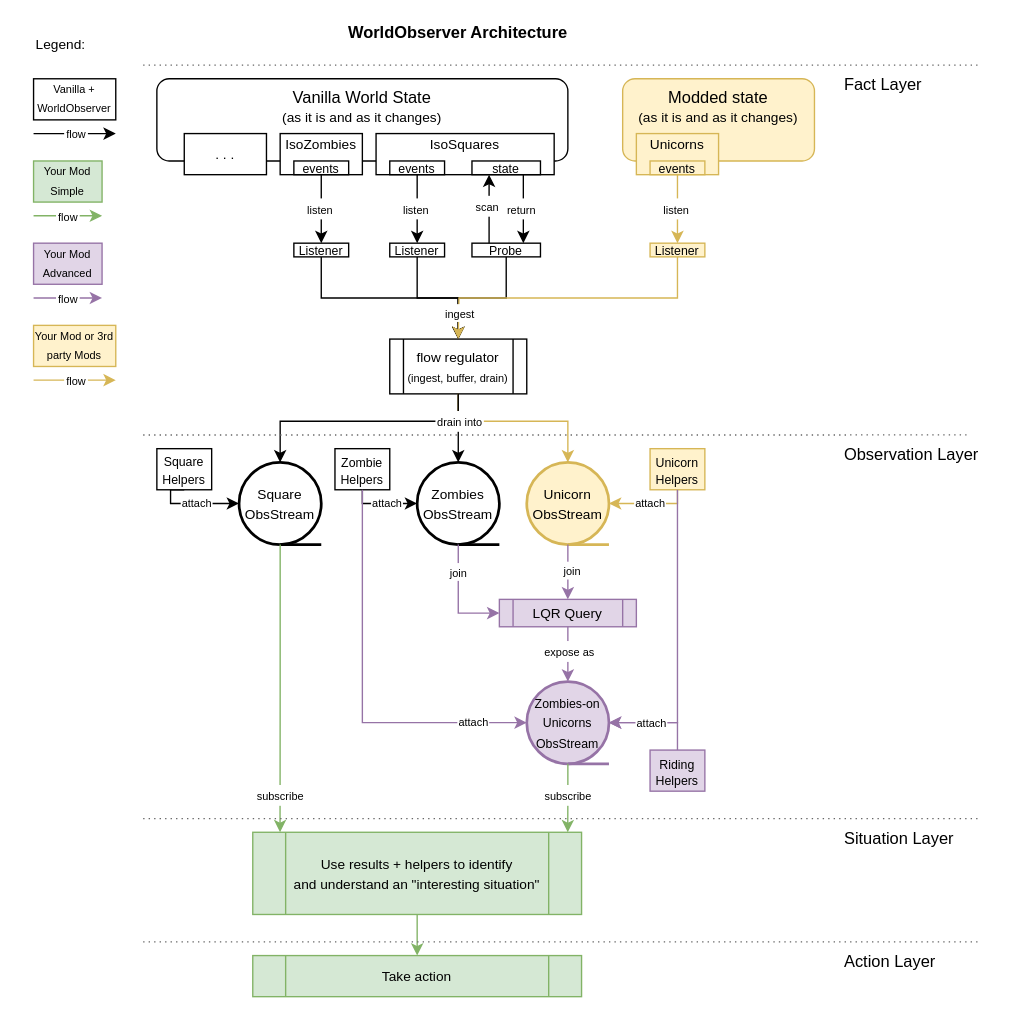
Above: docs/diagrams/architecture.drawio in christophstrasen/WorldObserver (draw.io), before the change. Source tidied: cells renumbered, new cells numbered last; positions are measured from the earlier drawing's top-left corner, leaving out a move shared by most shapes. Both pictures are drawn from the tidied source at 137%, with x=0, y=0 at pixel (33, 23).
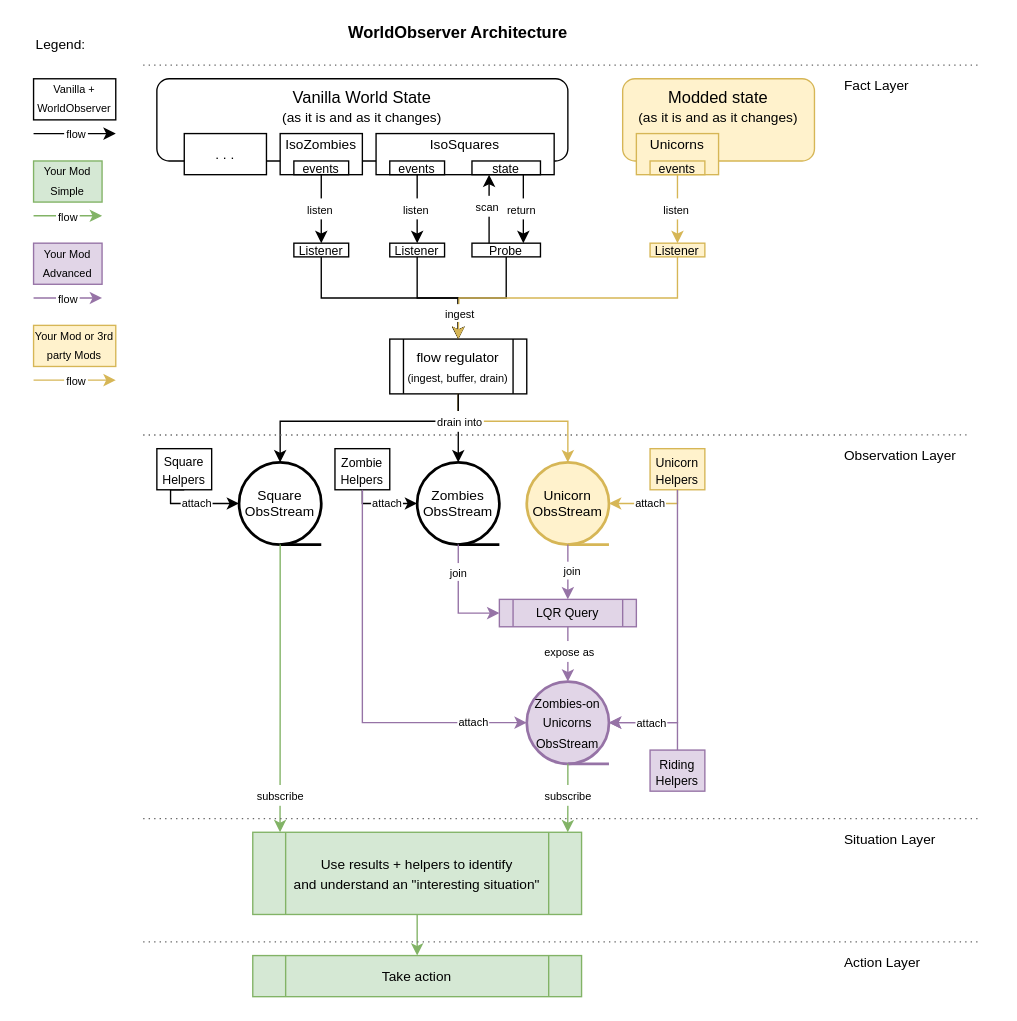
The same diagram, later.

What changed in the source:
```diff
@@
-    <mxCell id="4" value="Fact Layer" style="text;html=1;align=left;verticalAlign=middle;whiteSpace=wrap;rounded=0;" parent="1" vertex="1">
+    <mxCell id="4" value="Fact Layer" style="text;html=1;align=left;verticalAlign=middle;whiteSpace=wrap;rounded=0;fontSize=10;" parent="1" vertex="1">
       <mxGeometry x="590" y="30" width="100" height="30" as="geometry" />
     </mxCell>
-    <mxCell id="5" value="Observation Layer" style="text;html=1;align=left;verticalAlign=middle;whiteSpace=wrap;rounded=0;" parent="1" vertex="1">
+    <mxCell id="5" value="Observation Layer" style="text;html=1;align=left;verticalAlign=middle;whiteSpace=wrap;rounded=0;fontSize=10;" parent="1" vertex="1">
       <mxGeometry x="590" y="300" width="110" height="30" as="geometry" />
     </mxCell>
-    <mxCell id="6" value="Situation Layer" style="text;html=1;align=left;verticalAlign=middle;whiteSpace=wrap;rounded=0;" parent="1" vertex="1">
+    <mxCell id="6" value="Situation Layer" style="text;html=1;align=left;verticalAlign=middle;whiteSpace=wrap;rounded=0;fontSize=10;" parent="1" vertex="1">
       <mxGeometry x="590" y="580" width="100" height="30" as="geometry" />
     </mxCell>
-    <mxCell id="7" value="Action Layer" style="text;html=1;align=left;verticalAlign=middle;whiteSpace=wrap;rounded=0;" parent="1" vertex="1">
+    <mxCell id="7" value="Action Layer" style="text;html=1;align=left;verticalAlign=middle;whiteSpace=wrap;rounded=0;fontSize=10;" parent="1" vertex="1">
       <mxGeometry x="590" y="670" width="100" height="30" as="geometry" />
     </mxCell>
@@
-    <mxCell id="13" value="&lt;font style=&quot;font-size: 10px;&quot;&gt;Zombies&lt;/font&gt;&lt;div&gt;&lt;span style=&quot;font-size: 10px;&quot;&gt;ObsStream&lt;/span&gt;&lt;/div&gt;" style="strokeWidth=2;html=1;shape=mxgraph.flowchart.sequential_data;whiteSpace=wrap;" parent="1" vertex="1">
+    <mxCell id="13" value="&lt;font&gt;Zombies&lt;/font&gt;&lt;div&gt;&lt;span&gt;ObsStream&lt;/span&gt;&lt;/div&gt;" style="strokeWidth=2;html=1;shape=mxgraph.flowchart.sequential_data;whiteSpace=wrap;fontSize=10;" parent="1" vertex="1">
       <mxGeometry x="280" y="320" width="60" height="60" as="geometry" />
     </mxCell>
@@
-    <mxCell id="29" value="&lt;font style=&quot;font-size: 10px;&quot;&gt;Square&lt;/font&gt;&lt;div&gt;&lt;font style=&quot;font-size: 10px;&quot;&gt;ObsStream&lt;/font&gt;&lt;/div&gt;" style="strokeWidth=2;html=1;shape=mxgraph.flowchart.sequential_data;whiteSpace=wrap;" parent="1" vertex="1">
+    <mxCell id="29" value="&lt;font&gt;Square&lt;/font&gt;&lt;div&gt;&lt;font&gt;ObsStream&lt;/font&gt;&lt;/div&gt;" style="strokeWidth=2;html=1;shape=mxgraph.flowchart.sequential_data;whiteSpace=wrap;fontSize=10;" parent="1" vertex="1">
       <mxGeometry x="150" y="320" width="60" height="60" as="geometry" />
     </mxCell>
-    <mxCell id="30" value="&lt;font style=&quot;font-size: 10px;&quot;&gt;Unicorn&lt;/font&gt;&lt;div&gt;&lt;span style=&quot;font-size: 10px;&quot;&gt;ObsStream&lt;/span&gt;&lt;/div&gt;" style="strokeWidth=2;html=1;shape=mxgraph.flowchart.sequential_data;whiteSpace=wrap;fillColor=#fff2cc;strokeColor=#d6b656;" parent="1" vertex="1">
+    <mxCell id="30" value="&lt;font&gt;Unicorn&lt;/font&gt;&lt;div&gt;&lt;span&gt;ObsStream&lt;/span&gt;&lt;/div&gt;" style="strokeWidth=2;html=1;shape=mxgraph.flowchart.sequential_data;whiteSpace=wrap;fillColor=#fff2cc;strokeColor=#d6b656;fontSize=10;" parent="1" vertex="1">
       <mxGeometry x="360" y="320" width="60" height="60" as="geometry" />
     </mxCell>
@@
-    <mxCell id="46" value="&lt;div&gt;&lt;span style=&quot;font-size: 10px;&quot;&gt;LQR Query&lt;/span&gt;&lt;/div&gt;" style="shape=process;whiteSpace=wrap;html=1;backgroundOutline=1;fillColor=#e1d5e7;strokeColor=#9673a6;" parent="1" vertex="1">
+    <mxCell id="46" value="&lt;div&gt;&lt;span&gt;LQR Query&lt;/span&gt;&lt;/div&gt;" style="shape=process;whiteSpace=wrap;html=1;backgroundOutline=1;fillColor=#e1d5e7;strokeColor=#9673a6;fontSize=9;" parent="1" vertex="1">
       <mxGeometry x="340" y="420" width="100" height="20" as="geometry" />
     </mxCell>
```
